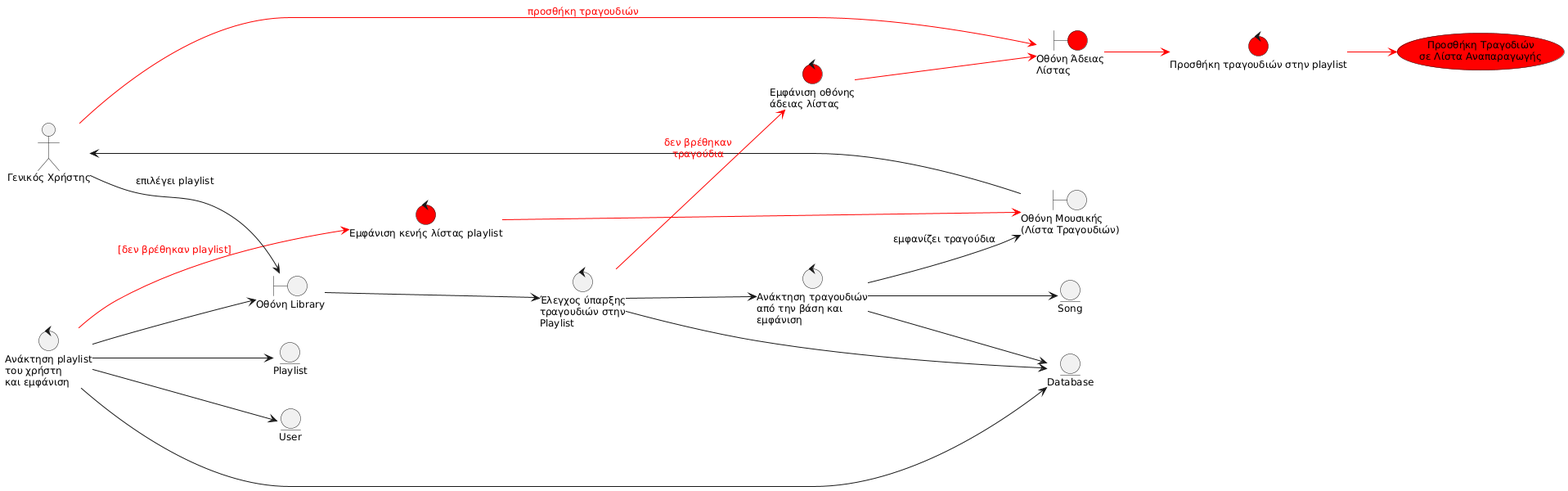
RubenKingCP/Tunix keeps this PlantUML diagram as Paradoteo_4/Robustness-diagrams-v0.3/1. Select Playlist from Library.png. Above is the earlier version.
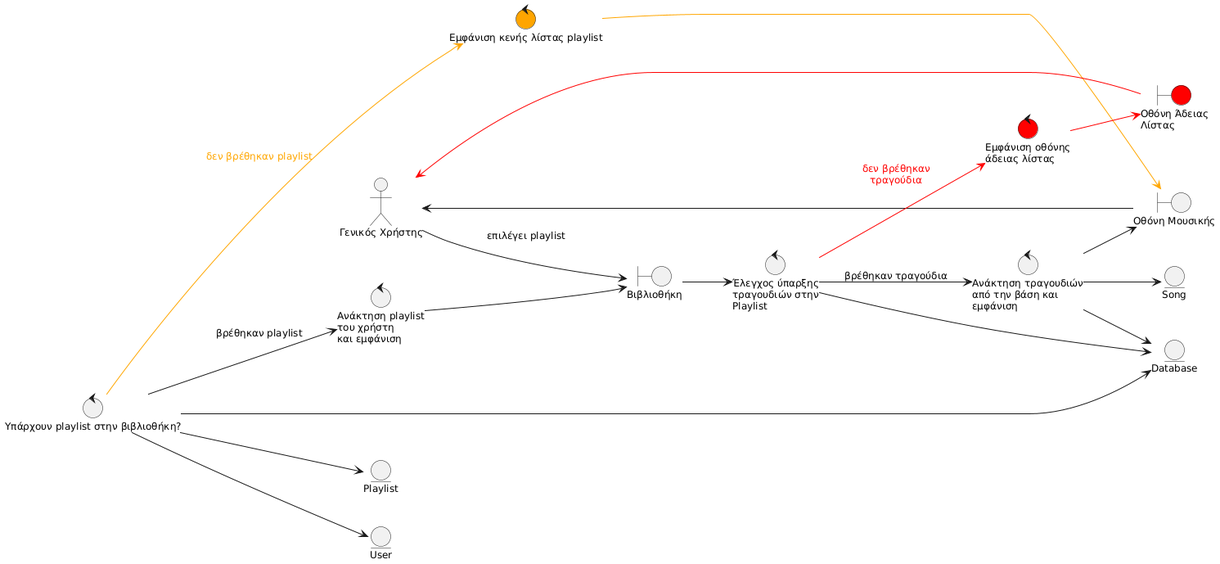
The same file after the commit.

Diff of the diagram source:
```diff
@@ -4,41 +4,38 @@
 
 actor "Γενικός Χρήστης" as GX
 
-boundary "Οθόνη Library" as B_LIB
-boundary "Οθόνη Μουσικής\n(Λίστα Τραγουδιών)" as B_MUSIC
+boundary "Βιβλιοθήκη" as B_LIB
+boundary "Οθόνη Μουσικής" as B_MUSIC
 boundary "Οθόνη Άδειας\nΛίστας" as B_EMPTY #red
 
+control "Υπάρχουν playlist στην βιβλιοθήκη?" as C_ISLIBEMPTY
 control "Ανάκτηση playlist\nτου χρήστη\nκαι εμφάνιση" as C_PL
 control "Έλεγχος ύπαρξης\nτραγουδιών στην\nPlaylist" as C_SG
 control "Ανάκτηση τραγουδιών\nαπό την βάση και\nεμφάνιση" as C_GT
 control "Εμφάνιση οθόνης\nάδειας λίστας" as C_EM #red
-control "Προσθήκη τραγουδιών στην playlist" as C_USG #red
-control "Εμφάνιση κενής λίστας playlist" as C_PLEMPTY #red
+control "Εμφάνιση κενής λίστας playlist" as C_PLEMPTY #orange
 
 entity "Database" as E_DB
 entity "Song" as E_SONG
 entity "Playlist" as E_PL
 entity "User" as E_USR
 
-usecase "Προσθήκη Τραγοδιών\nσε Λίστα Αναπαραγωγής" as UC_SG #red
-
+C_ISLIBEMPTY -->C_PL : βρέθηκαν playlist
 C_PL --> B_LIB
-C_PL --> E_PL
-C_PL --> E_DB
-C_PL --> E_USR
-C_PL -[#red]-> C_PLEMPTY : <font color="red">[δεν βρέθηκαν playlist]</font>
-C_PLEMPTY -[#red]-> B_MUSIC
+C_ISLIBEMPTY --> E_PL
+C_ISLIBEMPTY --> E_DB
+C_ISLIBEMPTY --> E_USR
+C_ISLIBEMPTY -[#orange]-> C_PLEMPTY : <font color="orange">δεν βρέθηκαν playlist</font>
+C_PLEMPTY -[#orange]-> B_MUSIC
 GX --> B_LIB : επιλέγει playlist
 B_LIB --> C_SG
 C_SG --> E_DB
-C_SG --> C_GT
+C_SG --> C_GT : βρέθηκαν τραγούδια
 C_GT --> E_SONG
 C_GT --> E_DB
-C_GT --> B_MUSIC : εμφανίζει τραγούδια
+C_GT --> B_MUSIC
 B_MUSIC --> GX
 C_SG -[#red]-> C_EM : <font color="red">δεν βρέθηκαν</font>\n<font color="red">τραγούδια</font>
 C_EM -[#red]-> B_EMPTY
-GX -[#red]-> B_EMPTY : <font color="red">προσθήκη τραγουδιών</font>
-B_EMPTY -[#red]-> C_USG
-C_USG -[#red]-> UC_SG
+GX <-[#red]- B_EMPTY
 @enduml
```
